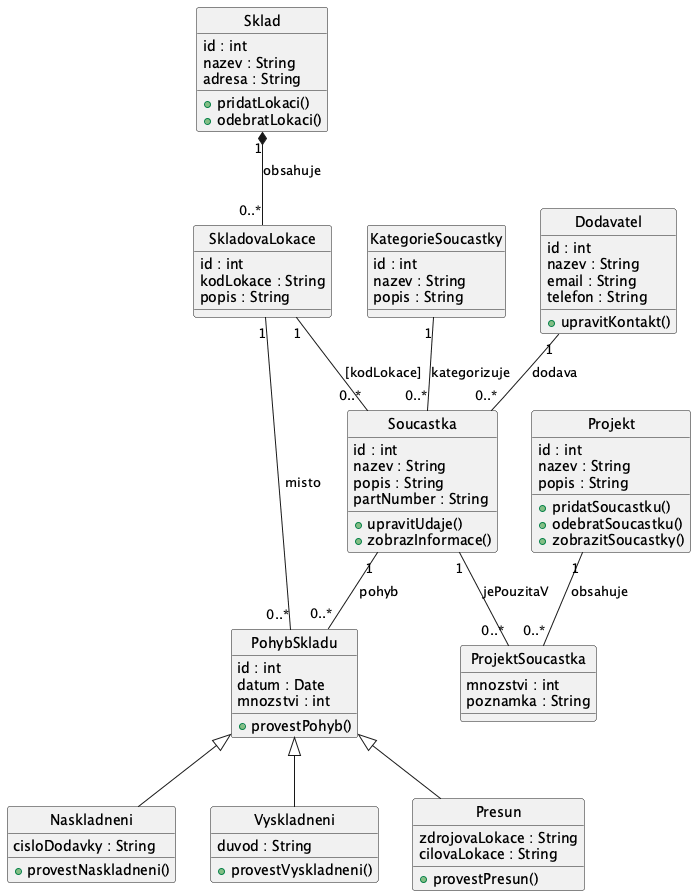
Above: docs/images/02a_conceptual_model.png in lkvapil/wms-elektronicke-soucastky (PlantUML), before the change. Source of this version:
```plantuml
@startuml Konceptualni model - WMS Elektronicke soucastky
hide circle

class Soucastka {
  id : int
  nazev : String
  popis : String
  partNumber : String
  +upravitUdaje()
  +zobrazInformace()
}

class KategorieSoucastky {
  id : int
  nazev : String
  popis : String
}

class Dodavatel {
  id : int
  nazev : String
  email : String
  telefon : String
  +upravitKontakt()
}

class Sklad {
  id : int
  nazev : String
  adresa : String
  +pridatLokaci()
  +odebratLokaci()
}

class SkladovaLokace {
  id : int
  kodLokace : String
  popis : String
}

class PohybSkladu {
  id : int
  datum : Date
  mnozstvi : int
  +provestPohyb()
}

class Naskladneni {
  cisloDodavky : String
  +provestNaskladneni()
}

class Vyskladneni {
  duvod : String
  +provestVyskladneni()
}

class Presun {
  zdrojovaLokace : String
  cilovaLokace : String
  +provestPresun()
}

class Projekt {
  id : int
  nazev : String
  popis : String
  +pridatSoucastku()
  +odebratSoucastku()
  +zobrazitSoucastky()
}

class ProjektSoucastka {
  mnozstvi : int
  poznamka : String
}


KategorieSoucastky "1" -- "0..*" Soucastka : kategorizuje
Dodavatel "1" -- "0..*" Soucastka : dodava

Sklad "1" *-- "0..*" SkladovaLokace : obsahuje

SkladovaLokace "1" -- "0..*" Soucastka : [kodLokace]

Soucastka "1" -- "0..*" PohybSkladu : pohyb
SkladovaLokace "1" -- "0..*" PohybSkladu : misto

PohybSkladu <|-- Naskladneni
PohybSkladu <|-- Vyskladneni
PohybSkladu <|-- Presun

Projekt "1" -- "0..*" ProjektSoucastka : obsahuje
Soucastka "1" -- "0..*" ProjektSoucastka : jePouzitaV

@enduml
```
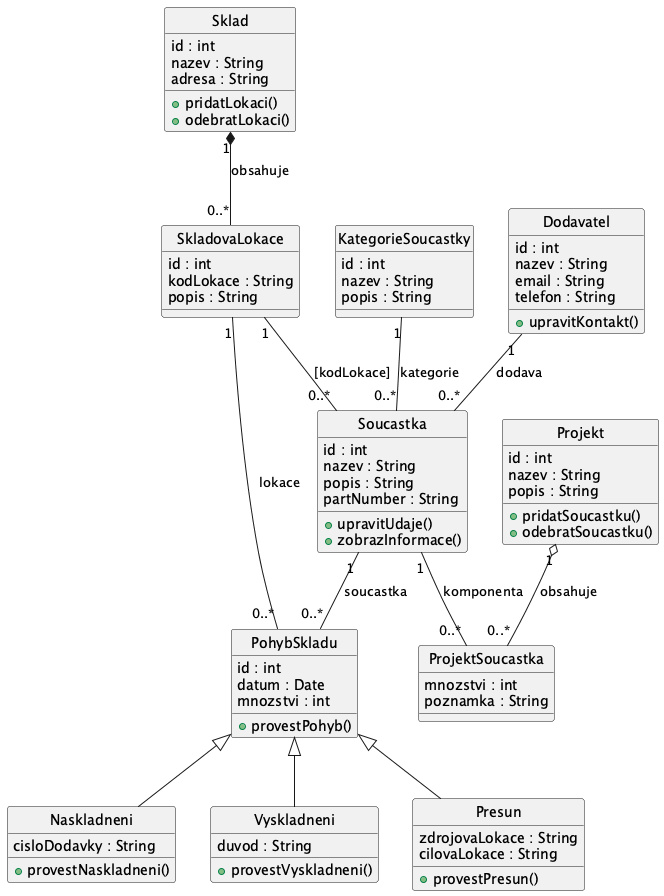
Later version of the same file.

Commit message:
feat: nova verze konceptualni modelu - agregace, uprava vazeb a metod

What changed in the source:
```diff
@@ -1,4 +1,4 @@
-@startuml Konceptualni model - WMS Elektronicke soucastky
+@startuml
 hide circle
 
 class Soucastka {
@@ -67,7 +67,6 @@
   popis : String
   +pridatSoucastku()
   +odebratSoucastku()
-  +zobrazitSoucastky()
 }
 
 class ProjektSoucastka {
@@ -76,21 +75,21 @@
 }
 
 
-KategorieSoucastky "1" -- "0..*" Soucastka : kategorizuje
+KategorieSoucastky "1" -- "0..*" Soucastka : kategorie
 Dodavatel "1" -- "0..*" Soucastka : dodava
 
 Sklad "1" *-- "0..*" SkladovaLokace : obsahuje
 
 SkladovaLokace "1" -- "0..*" Soucastka : [kodLokace]
 
-Soucastka "1" -- "0..*" PohybSkladu : pohyb
-SkladovaLokace "1" -- "0..*" PohybSkladu : misto
+Soucastka "1" -- "0..*" PohybSkladu : soucastka
+SkladovaLokace "1" -- "0..*" PohybSkladu : lokace
 
 PohybSkladu <|-- Naskladneni
 PohybSkladu <|-- Vyskladneni
 PohybSkladu <|-- Presun
 
-Projekt "1" -- "0..*" ProjektSoucastka : obsahuje
-Soucastka "1" -- "0..*" ProjektSoucastka : jePouzitaV
+Projekt "1" o-- "0..*" ProjektSoucastka : obsahuje
+Soucastka "1" -- "0..*" ProjektSoucastka : komponenta
 
 @enduml
```
